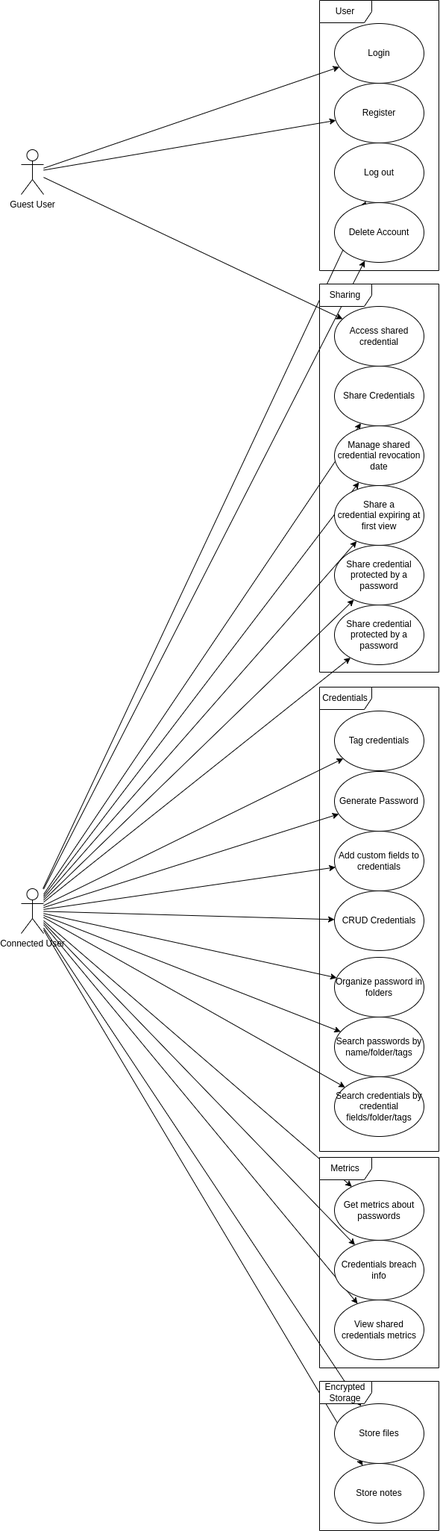
This is src/diagrams/use-case.drawio.png from DO-2K23-26/polypass-archi-technique, a draw.io export, as it was before one commit. Source tidied: cells renumbered, new cells last; positions are measured from the earlier drawing's top-left corner, leaving out a move shared by most shapes.
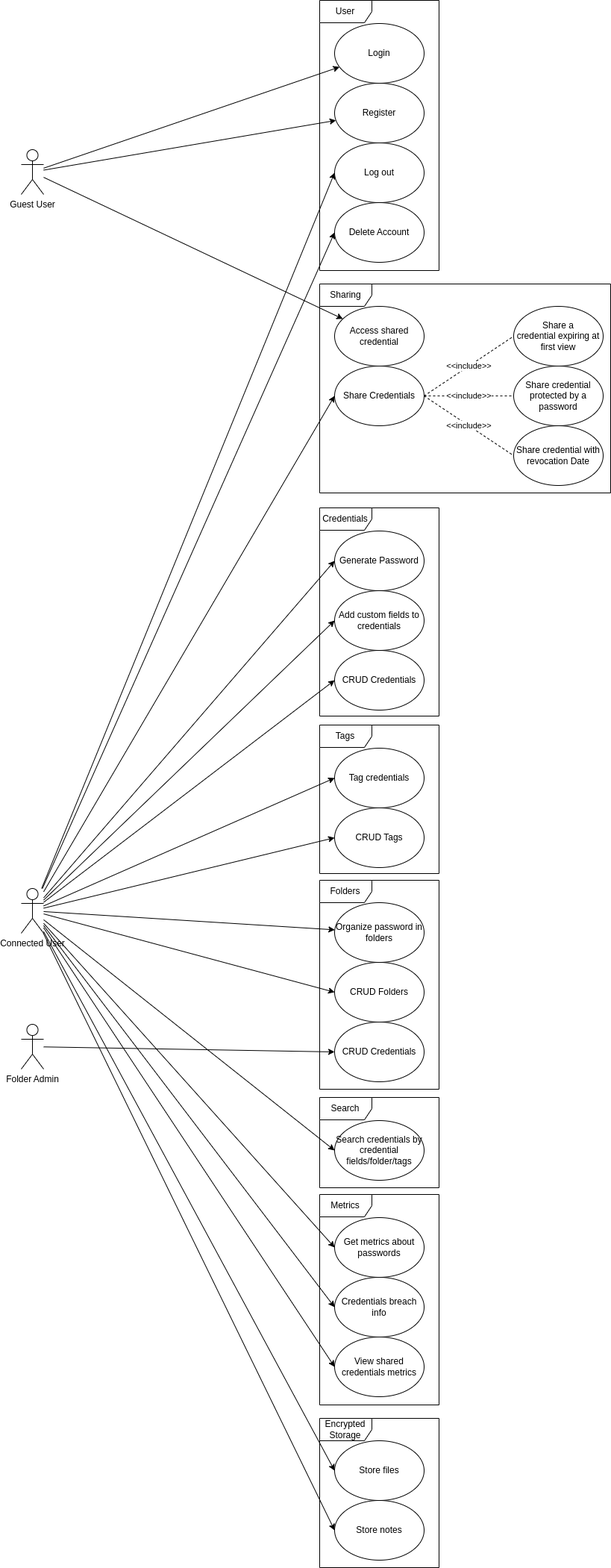
After the commit.

Commit message:
feat(use-case): Update Use-Case diagram

Change to the diagram source:
```diff
@@ -14,64 +14,49 @@
     <mxCell id="5" style="endArrow=classic;html=1;rounded=0;" parent="1" edge="1" source="3" target="28">
       <mxGeometry relative="1" as="geometry" />
     </mxCell>
-    <mxCell id="6" style="endArrow=classic;html=1;rounded=0;" parent="1" edge="1" source="2" target="33">
+    <mxCell id="6" style="endArrow=classic;html=1;rounded=0;entryX=0;entryY=0.5;entryDx=0;entryDy=0;" parent="1" edge="1" source="2" target="33">
       <mxGeometry relative="1" as="geometry" />
     </mxCell>
-    <mxCell id="7" style="endArrow=classic;html=1;rounded=0;" parent="1" edge="1" source="2" target="42">
+    <mxCell id="7" style="endArrow=classic;html=1;rounded=0;entryX=0;entryY=0.5;entryDx=0;entryDy=0;" parent="1" edge="1" source="2" target="42">
       <mxGeometry relative="1" as="geometry" />
     </mxCell>
-    <mxCell id="8" style="endArrow=classic;html=1;rounded=0;" parent="1" edge="1" source="2" target="29">
+    <mxCell id="8" style="endArrow=classic;html=1;rounded=0;entryX=0;entryY=0.5;entryDx=0;entryDy=0;" parent="1" edge="1" source="2" target="29">
       <mxGeometry relative="1" as="geometry" />
     </mxCell>
-    <mxCell id="9" style="endArrow=classic;html=1;rounded=0;" parent="1" edge="1" source="2" target="30">
+    <mxCell id="9" style="endArrow=classic;html=1;rounded=0;entryX=0;entryY=0.5;entryDx=0;entryDy=0;" parent="1" edge="1" source="2" target="30">
       <mxGeometry relative="1" as="geometry" />
     </mxCell>
-    <mxCell id="10" style="endArrow=classic;html=1;rounded=0;" parent="1" edge="1" source="2" target="36">
+    <mxCell id="10" style="endArrow=classic;html=1;rounded=0;entryX=0;entryY=0.5;entryDx=0;entryDy=0;" parent="1" edge="1" source="2" target="36">
       <mxGeometry relative="1" as="geometry" />
     </mxCell>
-    <mxCell id="11" style="endArrow=classic;html=1;rounded=0;" parent="1" edge="1" source="2" target="35">
+    <mxCell id="11" style="endArrow=classic;html=1;rounded=0;entryX=0;entryY=0.5;entryDx=0;entryDy=0;" parent="1" edge="1" source="2" target="35">
       <mxGeometry relative="1" as="geometry" />
     </mxCell>
-    <mxCell id="12" style="endArrow=classic;html=1;rounded=0;" parent="1" edge="1" source="2" target="34">
+    <mxCell id="12" style="endArrow=classic;html=1;rounded=0;entryX=0;entryY=0.5;entryDx=0;entryDy=0;" parent="1" edge="1" source="2" target="34">
       <mxGeometry relative="1" as="geometry" />
     </mxCell>
-    <mxCell id="13" style="endArrow=classic;html=1;rounded=0;" parent="1" edge="1" source="2" target="43">
-      <mxGeometry relative="1" as="geometry" />
-    </mxCell>
-    <mxCell id="14" style="endArrow=classic;html=1;rounded=0;" parent="1" edge="1" source="2" target="44">
-      <mxGeometry relative="1" as="geometry" />
-    </mxCell>
-    <mxCell id="15" style="endArrow=classic;html=1;rounded=0;" parent="1" edge="1" source="2" target="45">
-      <mxGeometry relative="1" as="geometry" />
-    </mxCell>
-    <mxCell id="16" style="endArrow=classic;html=1;rounded=0;" parent="1" edge="1" source="2" target="46">
-      <mxGeometry relative="1" as="geometry" />
-    </mxCell>
     <mxCell id="17" style="endArrow=classic;html=1;rounded=0;" parent="1" edge="1" source="3" target="47">
       <mxGeometry relative="1" as="geometry" />
     </mxCell>
     <mxCell id="18" style="endArrow=classic;html=1;rounded=0;" parent="1" edge="1" source="2" target="37">
       <mxGeometry relative="1" as="geometry" />
     </mxCell>
-    <mxCell id="19" style="endArrow=classic;html=1;rounded=0;" parent="1" edge="1" source="2" target="38">
-      <mxGeometry relative="1" as="geometry" />
-    </mxCell>
-    <mxCell id="20" style="endArrow=classic;html=1;rounded=0;" parent="1" edge="1" source="2" target="39">
+    <mxCell id="20" style="endArrow=classic;html=1;rounded=0;entryX=0;entryY=0.5;entryDx=0;entryDy=0;" parent="1" edge="1" source="2" target="39">
       <mxGeometry relative="1" as="geometry" />
     </mxCell>
-    <mxCell id="21" style="endArrow=classic;html=1;rounded=0;" parent="1" edge="1" source="2" target="50">
+    <mxCell id="21" style="endArrow=classic;html=1;rounded=0;entryX=0;entryY=0.5;entryDx=0;entryDy=0;" parent="1" edge="1" source="2" target="50">
       <mxGeometry relative="1" as="geometry" />
     </mxCell>
-    <mxCell id="22" style="endArrow=classic;html=1;rounded=0;" parent="1" edge="1" source="2" target="51">
+    <mxCell id="22" style="endArrow=classic;html=1;rounded=0;entryX=0;entryY=0.5;entryDx=0;entryDy=0;" parent="1" edge="1" source="2" target="51">
       <mxGeometry relative="1" as="geometry" />
     </mxCell>
-    <mxCell id="23" style="endArrow=classic;html=1;rounded=0;" parent="1" edge="1" source="2" target="52">
+    <mxCell id="23" style="endArrow=classic;html=1;rounded=0;entryX=0;entryY=0.5;entryDx=0;entryDy=0;" parent="1" edge="1" source="2" target="52">
       <mxGeometry relative="1" as="geometry" />
     </mxCell>
-    <mxCell id="24" style="endArrow=classic;html=1;rounded=0;" parent="1" edge="1" source="2" target="55">
+    <mxCell id="24" style="endArrow=classic;html=1;rounded=0;entryX=0;entryY=0.5;entryDx=0;entryDy=0;" parent="1" edge="1" source="2" target="55">
       <mxGeometry relative="1" as="geometry" />
     </mxCell>
-    <mxCell id="25" style="endArrow=classic;html=1;rounded=0;" parent="1" edge="1" source="2" target="56">
+    <mxCell id="25" style="endArrow=classic;html=1;rounded=0;entryX=0;entryY=0.5;entryDx=0;entryDy=0;" parent="1" edge="1" source="2" target="56">
       <mxGeometry relative="1" as="geometry" />
     </mxCell>
     <mxCell id="26" style="group;" parent="1" vertex="1">
@@ -92,59 +77,8 @@
     <mxCell id="31" value="User" style="shape=umlFrame;whiteSpace=wrap;html=1;width=70;height=30;" parent="26" vertex="1">
       <mxGeometry width="160" height="362" as="geometry" />
     </mxCell>
-    <mxCell id="32" style="group;" parent="1" vertex="1">
-      <mxGeometry x="400" y="920" width="160" height="622" as="geometry" />
-    </mxCell>
-    <mxCell id="33" value="CRUD Credentials" style="ellipse;whiteSpace=wrap;html=1;" parent="32" vertex="1">
-      <mxGeometry x="20" y="273" width="120" height="80" as="geometry" />
-    </mxCell>
-    <mxCell id="34" value="Tag credentials" style="ellipse;whiteSpace=wrap;html=1;" parent="32" vertex="1">
-      <mxGeometry x="20" y="32" width="120" height="80" as="geometry" />
-    </mxCell>
-    <mxCell id="35" value="Generate Password" style="ellipse;whiteSpace=wrap;html=1;" parent="32" vertex="1">
-      <mxGeometry x="20" y="113" width="120" height="80" as="geometry" />
-    </mxCell>
-    <mxCell id="36" value="Add custom fields to credentials" style="ellipse;whiteSpace=wrap;html=1;" parent="32" vertex="1">
-      <mxGeometry x="20" y="193" width="120" height="80" as="geometry" />
-    </mxCell>
-    <mxCell id="37" value="Organize password in folders" style="ellipse;whiteSpace=wrap;html=1;" parent="32" vertex="1">
-      <mxGeometry x="20" y="362" width="120" height="80" as="geometry" />
-    </mxCell>
-    <mxCell id="38" value="Search passwords by name/folder/tags" style="ellipse;whiteSpace=wrap;html=1;" parent="32" vertex="1">
-      <mxGeometry x="20" y="442" width="120" height="80" as="geometry" />
-    </mxCell>
-    <mxCell id="39" value="Search credentials by credential fields/folder/tags" style="ellipse;whiteSpace=wrap;html=1;" parent="32" vertex="1">
-      <mxGeometry x="20" y="522" width="120" height="80" as="geometry" />
-    </mxCell>
-    <mxCell id="40" value="Credentials" style="shape=umlFrame;whiteSpace=wrap;html=1;width=70;height=30;" parent="32" vertex="1">
-      <mxGeometry width="160" height="622" as="geometry" />
-    </mxCell>
-    <mxCell id="41" style="group;" parent="1" vertex="1">
-      <mxGeometry x="400" y="380" width="160" height="520" as="geometry" />
-    </mxCell>
-    <mxCell id="42" value="Share Credentials" style="ellipse;whiteSpace=wrap;html=1;" parent="41" vertex="1">
-      <mxGeometry x="20" y="110" width="120" height="80" as="geometry" />
-    </mxCell>
-    <mxCell id="43" value="Manage shared credential revocation date" style="ellipse;whiteSpace=wrap;html=1;" parent="41" vertex="1">
-      <mxGeometry x="20" y="190" width="120" height="80" as="geometry" />
-    </mxCell>
-    <mxCell id="44" value="Share a credential&lt;span style=&quot;color: rgba(0, 0, 0, 0); font-family: monospace; font-size: 0px; text-align: start; text-wrap-mode: nowrap;&quot;&gt;%3CmxGraphModel%3E%3Croot%3E%3CmxCell%20id%3D%220%22%2F%3E%3CmxCell%20id%3D%221%22%20parent%3D%220%22%2F%3E%3CmxCell%20id%3D%222%22%20value%3D%22Share%20a%20password%20expiring%20at%20first%20view%26lt%3Bspan%20style%3D%26quot%3Bcolor%3A%20rgba(0%2C%200%2C%200%2C%200)%3B%20font-family%3A%20monospace%3B%20font-size%3A%200px%3B%20text-align%3A%20start%3B%20text-wrap-mode%3A%20nowrap%3B%26quot%3B%26gt%3B%253CmxGraphModel%253E%253Croot%253E%253CmxCell%2520id%253D%25220%2522%252F%253E%253CmxCell%2520id%253D%25221%2522%2520parent%253D%25220%2522%252F%253E%253CmxCell%2520id%253D%25222%2522%2520value%253D%2522Share%2520credentials%2522%2520style%253D%2522ellipse%253BwhiteSpace%253Dwrap%253Bhtml%253D1%253B%2522%2520vertex%253D%25221%2522%2520parent%253D%25221%2522%253E%253CmxGeometry%2520x%253D%2522380%2522%2520y%253D%2522370%2522%2520width%253D%2522120%2522%2520height%253D%252280%2522%2520as%253D%2522geometry%2522%252F%253E%253C%252FmxCell%253E%253C%252Froot%253E%253C%252FmxGraphModel%253E%26lt%3B%2Fspan%26gt%3B%22%20style%3D%22ellipse%3BwhiteSpace%3Dwrap%3Bhtml%3D1%3B%22%20vertex%3D%221%22%20parent%3D%221%22%3E%3CmxGeometry%20x%3D%22400%22%20y%3D%22390%22%20width%3D%22120%22%20height%3D%2280%22%20as%3D%22geometry%22%2F%3E%3C%2FmxCell%3E%3C%2Froot%3E%3C%2FmxGraphModel%3E&lt;/span&gt;&amp;nbsp;expiring at first view&lt;span style=&quot;color: rgba(0, 0, 0, 0); font-family: monospace; font-size: 0px; text-align: start; text-wrap-mode: nowrap;&quot;&gt;%3CmxGraphModel%3E%3Croot%3E%3CmxCell%20id%3D%220%22%2F%3E%3CmxCell%20id%3D%221%22%20parent%3D%220%22%2F%3E%3CmxCell%20id%3D%222%22%20value%3D%22Share%20credentials%22%20style%3D%22ellipse%3BwhiteSpace%3Dwrap%3Bhtml%3D1%3B%22%20vertex%3D%221%22%20parent%3D%221%22%3E%3CmxGeometry%20x%3D%22380%22%20y%3D%22370%22%20width%3D%22120%22%20height%3D%2280%22%20as%3D%22geometry%22%2F%3E%3C%2FmxCell%3E%3C%2Froot%3E%3C%2FmxGraphModel%3E&lt;/span&gt;" style="ellipse;whiteSpace=wrap;html=1;" parent="41" vertex="1">
-      <mxGeometry x="20" y="270" width="120" height="80" as="geometry" />
-    </mxCell>
-    <mxCell id="45" value="Share credential protected by a password" style="ellipse;whiteSpace=wrap;html=1;" parent="41" vertex="1">
-      <mxGeometry x="20" y="350" width="120" height="80" as="geometry" />
-    </mxCell>
-    <mxCell id="46" value="Share credential protected by a password" style="ellipse;whiteSpace=wrap;html=1;" parent="41" vertex="1">
-      <mxGeometry x="20" y="430" width="120" height="80" as="geometry" />
-    </mxCell>
-    <mxCell id="47" value="Access shared credential" style="ellipse;whiteSpace=wrap;html=1;" parent="41" vertex="1">
-      <mxGeometry x="20" y="30" width="120" height="80" as="geometry" />
-    </mxCell>
-    <mxCell id="48" value="Sharing" style="shape=umlFrame;whiteSpace=wrap;html=1;width=70;height=30;" parent="41" vertex="1">
-      <mxGeometry width="160" height="520" as="geometry" />
-    </mxCell>
     <mxCell id="49" style="group;" parent="1" vertex="1">
-      <mxGeometry x="400" y="1550" width="160" height="282" as="geometry" />
+      <mxGeometry x="400" y="1600" width="160" height="282" as="geometry" />
     </mxCell>
     <mxCell id="50" value="Get metrics about passwords" style="ellipse;whiteSpace=wrap;html=1;" parent="49" vertex="1">
       <mxGeometry x="20" y="31" width="120" height="80" as="geometry" />
@@ -159,7 +93,7 @@
       <mxGeometry width="160" height="282" as="geometry" />
     </mxCell>
     <mxCell id="54" style="group;" parent="1" vertex="1">
-      <mxGeometry x="400" y="1850" width="160" height="200" as="geometry" />
+      <mxGeometry x="400" y="1900" width="160" height="200" as="geometry" />
     </mxCell>
     <mxCell id="55" value="Store files" style="ellipse;whiteSpace=wrap;html=1;" parent="54" vertex="1">
       <mxGeometry x="20" y="30" width="120" height="80" as="geometry" />
@@ -170,5 +104,83 @@
     <mxCell id="57" value="Encrypted Storage" style="shape=umlFrame;whiteSpace=wrap;html=1;width=70;height=30;" parent="54" vertex="1">
       <mxGeometry width="160" height="200" as="geometry" />
     </mxCell>
+    <mxCell id="33" value="CRUD Credentials" style="ellipse;whiteSpace=wrap;html=1;" parent="1" vertex="1">
+      <mxGeometry x="420" y="871" width="120" height="80" as="geometry" />
+    </mxCell>
+    <mxCell id="34" value="Tag credentials" style="ellipse;whiteSpace=wrap;html=1;" parent="1" vertex="1">
+      <mxGeometry x="420" y="1002" width="120" height="80" as="geometry" />
+    </mxCell>
+    <mxCell id="35" value="Generate Password" style="ellipse;whiteSpace=wrap;html=1;" parent="1" vertex="1">
+      <mxGeometry x="420" y="711" width="120" height="80" as="geometry" />
+    </mxCell>
+    <mxCell id="36" value="Add custom fields to credentials" style="ellipse;whiteSpace=wrap;html=1;" parent="1" vertex="1">
+      <mxGeometry x="420" y="791" width="120" height="80" as="geometry" />
+    </mxCell>
+    <mxCell id="37" value="Organize password in folders" style="ellipse;whiteSpace=wrap;html=1;" parent="1" vertex="1">
+      <mxGeometry x="420" y="1209" width="120" height="80" as="geometry" />
+    </mxCell>
+    <mxCell id="39" value="Search credentials by credential fields/folder/tags" style="ellipse;whiteSpace=wrap;html=1;" parent="1" vertex="1">
+      <mxGeometry x="420" y="1501" width="120" height="80" as="geometry" />
+    </mxCell>
+    <mxCell id="40" value="Credentials" style="shape=umlFrame;whiteSpace=wrap;html=1;width=70;height=30;" parent="1" vertex="1">
+      <mxGeometry x="400" y="680" width="160" height="279" as="geometry" />
+    </mxCell>
+    <mxCell id="58" value="Search" style="shape=umlFrame;whiteSpace=wrap;html=1;width=70;height=30;" parent="1" vertex="1">
+      <mxGeometry x="400" y="1470" width="160" height="121" as="geometry" />
+    </mxCell>
+    <mxCell id="59" value="Tags" style="shape=umlFrame;whiteSpace=wrap;html=1;width=70;height=30;" parent="1" vertex="1">
+      <mxGeometry x="400" y="971" width="160" height="199" as="geometry" />
+    </mxCell>
+    <mxCell id="60" value="CRUD Tags" style="ellipse;whiteSpace=wrap;html=1;" parent="1" vertex="1">
+      <mxGeometry x="420" y="1082" width="120" height="80" as="geometry" />
+    </mxCell>
+    <mxCell id="61" style="endArrow=classic;html=1;rounded=0;entryX=0;entryY=0.5;entryDx=0;entryDy=0;" parent="1" edge="1" source="2" target="60">
+      <mxGeometry relative="1" as="geometry" />
+    </mxCell>
+    <mxCell id="62" value="Folders" style="shape=umlFrame;whiteSpace=wrap;html=1;width=70;height=30;" parent="1" vertex="1">
+      <mxGeometry x="400" y="1179" width="160" height="280" as="geometry" />
+    </mxCell>
+    <mxCell id="63" value="CRUD Folders" style="ellipse;whiteSpace=wrap;html=1;" parent="1" vertex="1">
+      <mxGeometry x="420" y="1289" width="120" height="80" as="geometry" />
+    </mxCell>
+    <mxCell id="64" style="endArrow=classic;html=1;rounded=0;entryX=0;entryY=0.5;entryDx=0;entryDy=0;" parent="1" edge="1" source="2" target="63">
+      <mxGeometry relative="1" as="geometry" />
+    </mxCell>
+    <mxCell id="65" value="CRUD Credentials" style="ellipse;whiteSpace=wrap;html=1;" parent="1" vertex="1">
+      <mxGeometry x="420" y="1369" width="120" height="80" as="geometry" />
+    </mxCell>
+    <mxCell id="66" value="Folder Admin" style="shape=umlActor;verticalLabelPosition=bottom;verticalAlign=top;html=1;outlineConnect=0;" parent="1" vertex="1">
+      <mxGeometry y="1372" width="30" height="60" as="geometry" />
+    </mxCell>
+    <mxCell id="67" style="endArrow=classic;html=1;rounded=0;entryX=0;entryY=0.5;entryDx=0;entryDy=0;" parent="1" edge="1" source="66" target="65">
+      <mxGeometry relative="1" as="geometry" />
+    </mxCell>
+    <mxCell id="42" value="Share Credentials" style="ellipse;whiteSpace=wrap;html=1;" parent="1" vertex="1">
+      <mxGeometry x="420" y="490" width="120" height="80" as="geometry" />
+    </mxCell>
+    <mxCell id="44" value="Share a credential&lt;span style=&quot;color: rgba(0, 0, 0, 0); font-family: monospace; font-size: 0px; text-align: start; text-wrap-mode: nowrap;&quot;&gt;%3CmxGraphModel%3E%3Croot%3E%3CmxCell%20id%3D%220%22%2F%3E%3CmxCell%20id%3D%221%22%20parent%3D%220%22%2F%3E%3CmxCell%20id%3D%222%22%20value%3D%22Share%20a%20password%20expiring%20at%20first%20view%26lt%3Bspan%20style%3D%26quot%3Bcolor%3A%20rgba(0%2C%200%2C%200%2C%200)%3B%20font-family%3A%20monospace%3B%20font-size%3A%200px%3B%20text-align%3A%20start%3B%20text-wrap-mode%3A%20nowrap%3B%26quot%3B%26gt%3B%253CmxGraphModel%253E%253Croot%253E%253CmxCell%2520id%253D%25220%2522%252F%253E%253CmxCell%2520id%253D%25221%2522%2520parent%253D%25220%2522%252F%253E%253CmxCell%2520id%253D%25222%2522%2520value%253D%2522Share%2520credentials%2522%2520style%253D%2522ellipse%253BwhiteSpace%253Dwrap%253Bhtml%253D1%253B%2522%2520vertex%253D%25221%2522%2520parent%253D%25221%2522%253E%253CmxGeometry%2520x%253D%2522380%2522%2520y%253D%2522370%2522%2520width%253D%2522120%2522%2520height%253D%252280%2522%2520as%253D%2522geometry%2522%252F%253E%253C%252FmxCell%253E%253C%252Froot%253E%253C%252FmxGraphModel%253E%26lt%3B%2Fspan%26gt%3B%22%20style%3D%22ellipse%3BwhiteSpace%3Dwrap%3Bhtml%3D1%3B%22%20vertex%3D%221%22%20parent%3D%221%22%3E%3CmxGeometry%20x%3D%22400%22%20y%3D%22390%22%20width%3D%22120%22%20height%3D%2280%22%20as%3D%22geometry%22%2F%3E%3C%2FmxCell%3E%3C%2Froot%3E%3C%2FmxGraphModel%3E&lt;/span&gt;&amp;nbsp;expiring at first view&lt;span style=&quot;color: rgba(0, 0, 0, 0); font-family: monospace; font-size: 0px; text-align: start; text-wrap-mode: nowrap;&quot;&gt;%3CmxGraphModel%3E%3Croot%3E%3CmxCell%20id%3D%220%22%2F%3E%3CmxCell%20id%3D%221%22%20parent%3D%220%22%2F%3E%3CmxCell%20id%3D%222%22%20value%3D%22Share%20credentials%22%20style%3D%22ellipse%3BwhiteSpace%3Dwrap%3Bhtml%3D1%3B%22%20vertex%3D%221%22%20parent%3D%221%22%3E%3CmxGeometry%20x%3D%22380%22%20y%3D%22370%22%20width%3D%22120%22%20height%3D%2280%22%20as%3D%22geometry%22%2F%3E%3C%2FmxCell%3E%3C%2Froot%3E%3C%2FmxGraphModel%3E&lt;/span&gt;" style="ellipse;whiteSpace=wrap;html=1;" parent="1" vertex="1">
+      <mxGeometry x="660" y="410" width="120" height="80" as="geometry" />
+    </mxCell>
+    <mxCell id="45" value="Share credential protected by a password" style="ellipse;whiteSpace=wrap;html=1;" parent="1" vertex="1">
+      <mxGeometry x="660" y="490" width="120" height="80" as="geometry" />
+    </mxCell>
+    <mxCell id="46" value="Share credential with revocation Date" style="ellipse;whiteSpace=wrap;html=1;" parent="1" vertex="1">
+      <mxGeometry x="660" y="570" width="120" height="80" as="geometry" />
+    </mxCell>
+    <mxCell id="47" value="Access shared credential" style="ellipse;whiteSpace=wrap;html=1;" parent="1" vertex="1">
+      <mxGeometry x="420" y="410" width="120" height="80" as="geometry" />
+    </mxCell>
+    <mxCell id="48" value="Sharing" style="shape=umlFrame;whiteSpace=wrap;html=1;width=70;height=30;" parent="1" vertex="1">
+      <mxGeometry x="400" y="380" width="390" height="280" as="geometry" />
+    </mxCell>
+    <mxCell id="68" value="&amp;lt;&amp;lt;include&amp;gt;&amp;gt;" style="endArrow=none;dashed=1;html=1;rounded=0;entryX=0;entryY=0.5;entryDx=0;entryDy=0;exitX=1;exitY=0.5;exitDx=0;exitDy=0;" parent="1" edge="1" source="42" target="44">
+      <mxGeometry relative="1" as="geometry" />
+    </mxCell>
+    <mxCell id="69" value="&amp;lt;&amp;lt;include&amp;gt;&amp;gt;" style="endArrow=none;dashed=1;html=1;rounded=0;entryX=0;entryY=0.5;entryDx=0;entryDy=0;exitX=1;exitY=0.5;exitDx=0;exitDy=0;" parent="1" edge="1" source="42" target="45">
+      <mxGeometry relative="1" as="geometry" />
+    </mxCell>
+    <mxCell id="70" value="&amp;lt;&amp;lt;include&amp;gt;&amp;gt;" style="endArrow=none;dashed=1;html=1;rounded=0;entryX=0;entryY=0.5;entryDx=0;entryDy=0;exitX=1;exitY=0.5;exitDx=0;exitDy=0;" parent="1" edge="1" source="42" target="46">
+      <mxGeometry relative="1" as="geometry" />
+    </mxCell>
   </root>
 </mxGraphModel>
```
